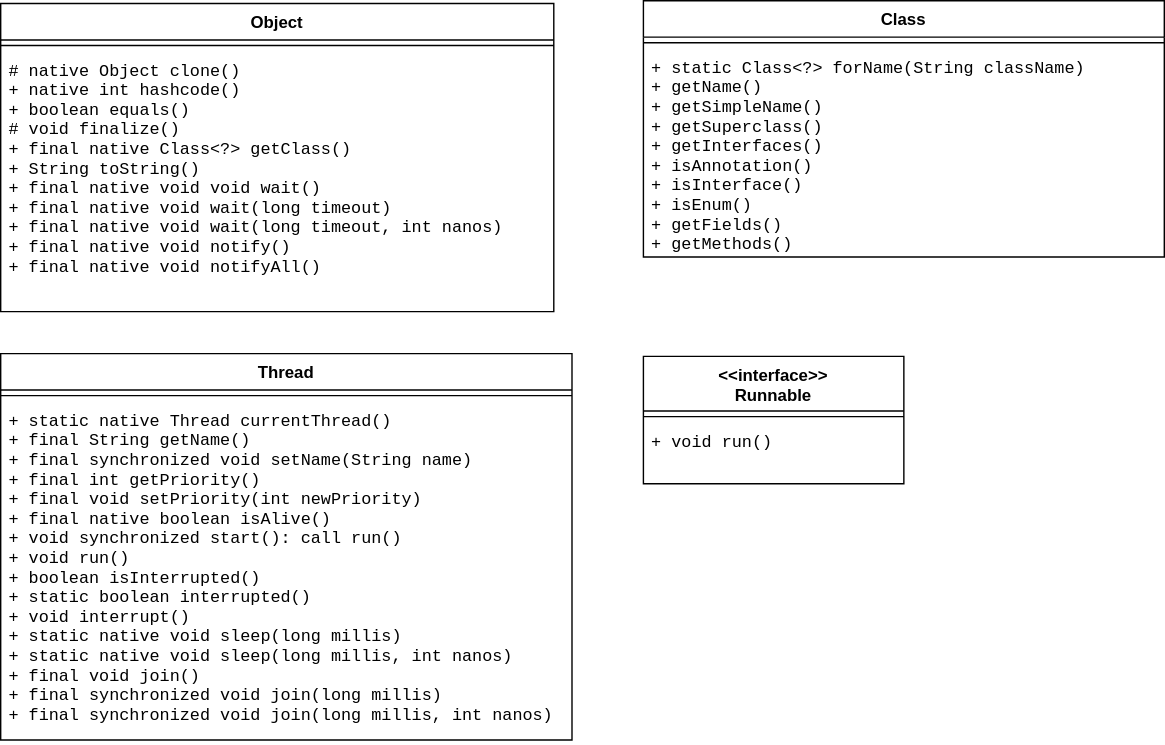
yangdj/tf_docs keeps this draw.io diagram as files/language/java/thread.drawio.svg. Above is the earlier version. Source tidied: cells renumbered, new cells last; positions are measured from the earlier drawing's top-left corner, leaving out a move shared by most shapes.
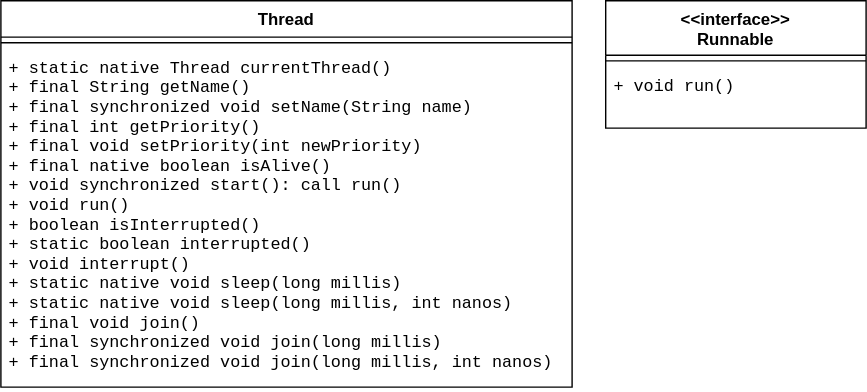
Above is the later version.

Change to the diagram source:
```diff
@@ -2,26 +2,8 @@
   <root>
     <mxCell id="0" />
     <mxCell id="1" parent="0" />
-    <mxCell id="2" value="Class" style="swimlane;fontStyle=1;align=center;verticalAlign=top;horizontal=1;startSize=26;" parent="1" vertex="1">
-      <mxGeometry x="459" width="372" height="183" as="geometry" />
-    </mxCell>
-    <mxCell id="3" style="line;strokeWidth=1;fillColor=none;align=left;verticalAlign=middle;spacingTop=-1;spacingLeft=3;spacingRight=3;labelPosition=right;" parent="2" vertex="1">
-      <mxGeometry y="26" width="372" height="8" as="geometry" />
-    </mxCell>
-    <mxCell id="4" value="+ static Class&lt;?&gt; forName(String className)&#10;+ getName()&#10;+ getSimpleName()&#10;+ getSuperclass()&#10;+ getInterfaces()&#10;+ isAnnotation()&#10;+ isInterface()&#10;+ isEnum()&#10;+ getFields()&#10;+ getMethods()" style="text;strokeColor=none;fillColor=none;align=left;verticalAlign=top;spacingLeft=4;spacingRight=4;overflow=hidden;fontFamily=Courier New;" parent="2" vertex="1">
-      <mxGeometry y="34" width="372" height="149" as="geometry" />
-    </mxCell>
-    <mxCell id="5" value="Object" style="swimlane;fontStyle=1;align=center;verticalAlign=top;horizontal=1;startSize=26;" parent="1" vertex="1">
-      <mxGeometry y="2" width="395" height="220" as="geometry" />
-    </mxCell>
-    <mxCell id="6" style="line;strokeWidth=1;fillColor=none;align=left;verticalAlign=middle;spacingTop=-1;spacingLeft=3;spacingRight=3;labelPosition=right;" parent="5" vertex="1">
-      <mxGeometry y="26" width="395" height="8" as="geometry" />
-    </mxCell>
-    <mxCell id="7" value="# native Object clone()&#10;+ native int hashcode()&#10;+ boolean equals()&#10;# void finalize()&#10;+ final native Class&lt;?&gt; getClass()&#10;+ String toString()&#10;+ final native void void wait()&#10;+ final native void wait(long timeout)&#10;+ final native void wait(long timeout, int nanos)&#10;+ final native void notify()&#10;+ final native void notifyAll()&#10;&#10;&#10;" style="text;strokeColor=none;fillColor=none;align=left;verticalAlign=top;spacingLeft=4;spacingRight=4;overflow=hidden;fontFamily=Courier New;" parent="5" vertex="1">
-      <mxGeometry y="34" width="395" height="186" as="geometry" />
-    </mxCell>
     <mxCell id="8" value="Thread" style="swimlane;fontStyle=1;align=center;verticalAlign=top;horizontal=1;startSize=26;" parent="1" vertex="1">
-      <mxGeometry y="252" width="408" height="276" as="geometry" />
+      <mxGeometry x="82" y="-286" width="408" height="276" as="geometry" />
     </mxCell>
     <mxCell id="9" style="line;strokeWidth=1;fillColor=none;align=left;verticalAlign=middle;spacingTop=-1;spacingLeft=3;spacingRight=3;labelPosition=right;" parent="8" vertex="1">
       <mxGeometry y="26" width="408" height="8" as="geometry" />
@@ -30,7 +12,7 @@
       <mxGeometry y="34" width="408" height="242" as="geometry" />
     </mxCell>
     <mxCell id="11" value="&lt;&lt;interface&gt;&gt;&#10;Runnable" style="swimlane;fontStyle=1;align=center;verticalAlign=top;horizontal=1;startSize=39;" parent="1" vertex="1">
-      <mxGeometry x="459" y="254" width="186" height="91" as="geometry" />
+      <mxGeometry x="514" y="-286" width="186" height="91" as="geometry" />
     </mxCell>
     <mxCell id="12" style="line;strokeWidth=1;fillColor=none;align=left;verticalAlign=middle;spacingTop=-1;spacingLeft=3;spacingRight=3;labelPosition=right;" parent="11" vertex="1">
       <mxGeometry y="39" width="186" height="8" as="geometry" />
```
